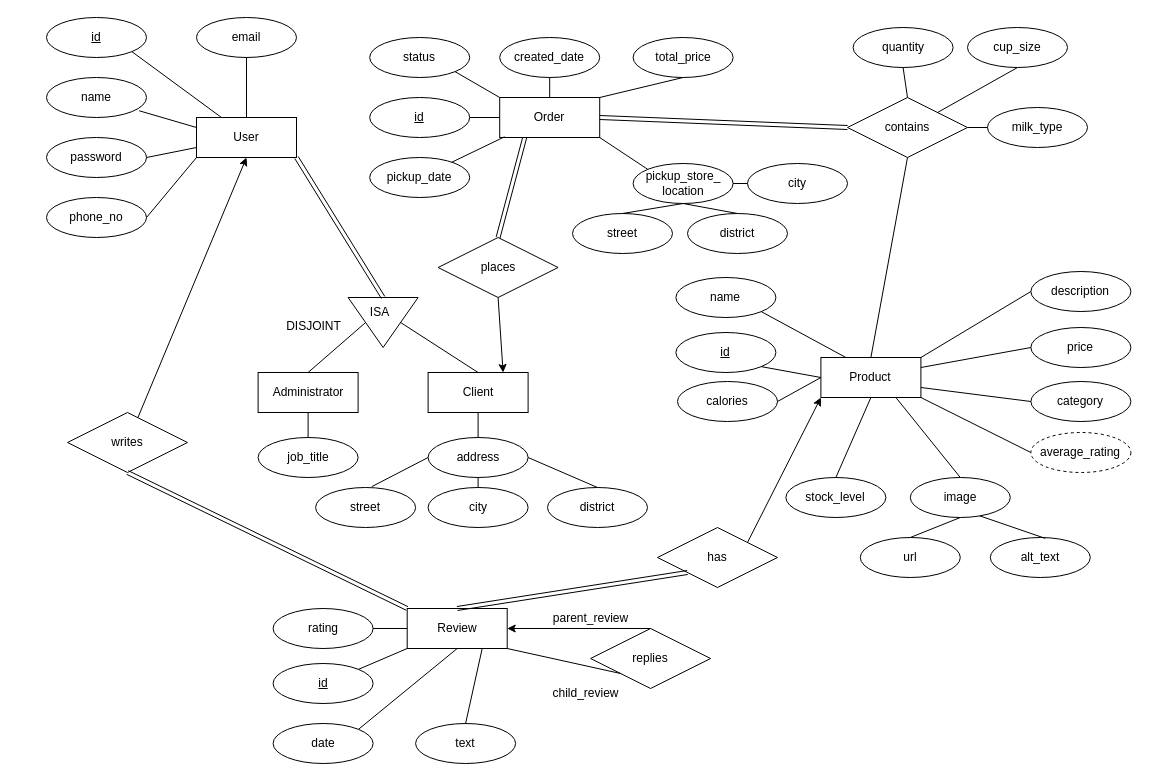
steamysips/steamy-sips keeps this draw.io diagram as resources/diagrams/erd.dio. Above is the earlier version. Source tidied: cells renumbered, new cells numbered last; positions are measured from the earlier drawing's top-left corner, leaving out a move shared by most shapes. Both pictures are drawn from the tidied source at 100%, with x=0, y=0 at pixel (46, 17).
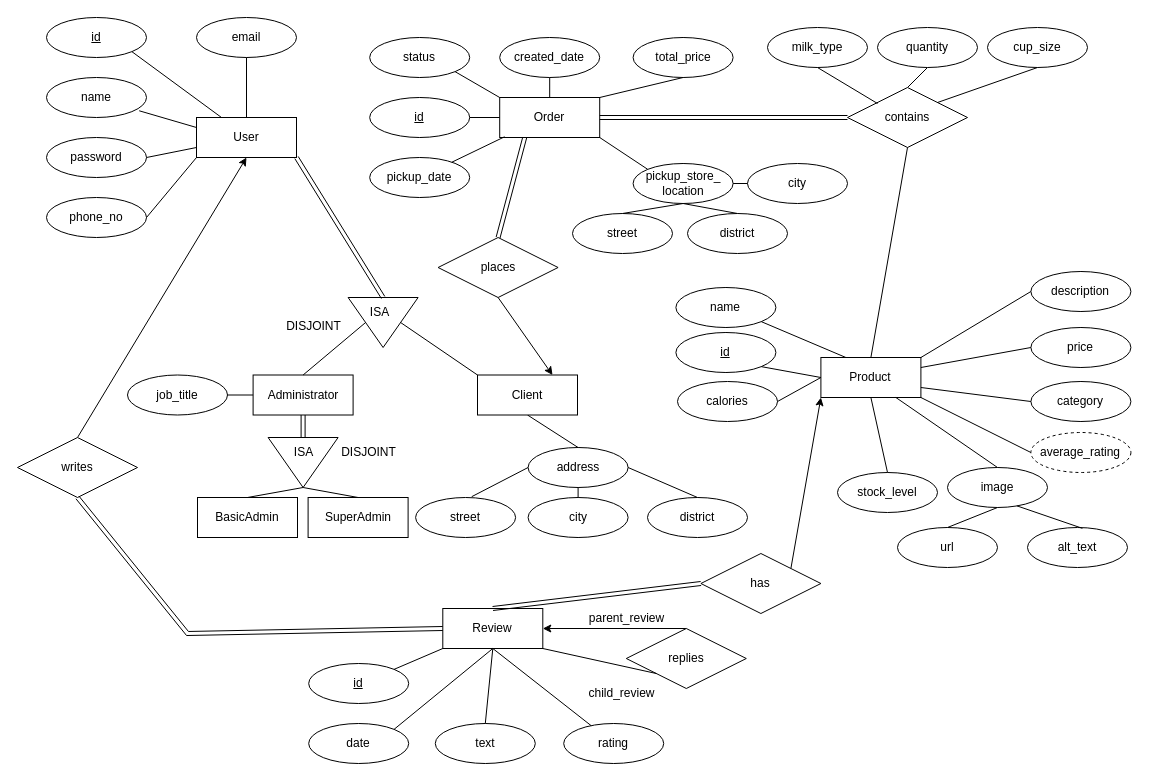
The same page after the edit.

Commit message (it also covers changes not shown here):
add a superadmin type

Unchanged cells that the change refers to:
```xml
<mxCell id="9" value="User" style="whiteSpace=wrap;html=1;align=center;" parent="1" vertex="1">
  <mxGeometry x="150" y="100" width="100" height="40" as="geometry" />
</mxCell>
<mxCell id="47" style="triangle;whiteSpace=wrap;html=1;rotation=90;" parent="1" vertex="1">
  <mxGeometry x="311.6" y="270" width="50" height="70" as="geometry" />
</mxCell>
```

Diff of the diagram source:
```diff
@@
     <mxCell id="4" value="name" style="ellipse;whiteSpace=wrap;html=1;align=center;" parent="1" vertex="1">
-      <mxGeometry x="629.4" y="260" width="100" height="40" as="geometry" />
+      <mxGeometry x="629.4" y="270" width="100" height="40" as="geometry" />
     </mxCell>
@@
     <mxCell id="8" value="stock_level" style="ellipse;whiteSpace=wrap;html=1;align=center;" parent="1" vertex="1">
-      <mxGeometry x="739.4" y="460" width="100" height="40" as="geometry" />
+      <mxGeometry x="791" y="455" width="100" height="40" as="geometry" />
     </mxCell>
@@
     <mxCell id="10" value="Review" style="whiteSpace=wrap;html=1;align=center;" parent="1" vertex="1">
-      <mxGeometry x="360.7" y="591" width="100" height="40" as="geometry" />
+      <mxGeometry x="396.3" y="591" width="100" height="40" as="geometry" />
     </mxCell>
-    <mxCell id="11" style="edgeStyle=none;html=1;entryX=0.5;entryY=1;entryDx=0;entryDy=0;" parent="1" edge="1" source="12" target="9">
+    <mxCell id="11" style="edgeStyle=none;html=1;entryX=0.5;entryY=1;entryDx=0;entryDy=0;exitX=0.5;exitY=0;exitDx=0;exitDy=0;" parent="1" edge="1" source="12" target="9">
       <mxGeometry relative="1" as="geometry" />
     </mxCell>
     <mxCell id="12" value="writes" style="shape=rhombus;perimeter=rhombusPerimeter;whiteSpace=wrap;html=1;align=center;" parent="1" vertex="1">
-      <mxGeometry x="21" y="395" width="120" height="60" as="geometry" />
+      <mxGeometry x="-29" y="420" width="120" height="60" as="geometry" />
     </mxCell>
@@
     <mxCell id="14" value="has" style="shape=rhombus;perimeter=rhombusPerimeter;whiteSpace=wrap;html=1;align=center;" parent="1" vertex="1">
-      <mxGeometry x="611" y="510" width="120" height="60" as="geometry" />
+      <mxGeometry x="654.4" y="536" width="120" height="60" as="geometry" />
     </mxCell>
-    <mxCell id="15" style="shape=link;html=1;rounded=0;exitX=0;exitY=0;exitDx=0;exitDy=0;entryX=0.5;entryY=1;entryDx=0;entryDy=0;" parent="1" edge="1" source="10" target="12">
-      <mxGeometry relative="1" as="geometry" />
+    <mxCell id="15" style="shape=link;html=1;rounded=0;exitX=0;exitY=0.5;exitDx=0;exitDy=0;entryX=0.5;entryY=1;entryDx=0;entryDy=0;" parent="1" edge="1" source="10" target="12">
+      <mxGeometry relative="1" as="geometry">
+        <Array as="points">
+          <mxPoint x="141" y="616" />
+        </Array>
+      </mxGeometry>
     </mxCell>
     <mxCell id="16" value="&lt;u&gt;id&lt;/u&gt;" style="ellipse;whiteSpace=wrap;html=1;align=center;" parent="1" vertex="1">
-      <mxGeometry x="226.6" y="646" width="100" height="40" as="geometry" />
+      <mxGeometry x="262.2" y="646" width="100" height="40" as="geometry" />
     </mxCell>
@@
     <mxCell id="18" value="date" style="ellipse;whiteSpace=wrap;html=1;align=center;" parent="1" vertex="1">
-      <mxGeometry x="226.6" y="706" width="100" height="40" as="geometry" />
+      <mxGeometry x="262.2" y="706" width="100" height="40" as="geometry" />
     </mxCell>
     <mxCell id="19" value="rating" style="ellipse;whiteSpace=wrap;html=1;align=center;" parent="1" vertex="1">
-      <mxGeometry x="226.6" y="591" width="100" height="40" as="geometry" />
+      <mxGeometry x="517.2" y="706" width="100" height="40" as="geometry" />
     </mxCell>
-    <mxCell id="20" style="shape=link;html=1;rounded=0;entryX=0;entryY=1;entryDx=0;entryDy=0;exitX=0.5;exitY=0;exitDx=0;exitDy=0;" parent="1" edge="1" source="10" target="14">
+    <mxCell id="20" style="shape=link;html=1;rounded=0;entryX=0;entryY=0.5;entryDx=0;entryDy=0;exitX=0.5;exitY=0;exitDx=0;exitDy=0;" parent="1" edge="1" source="10" target="14">
       <mxGeometry relative="1" as="geometry" />
     </mxCell>
@@
-    <mxCell id="28" style="endArrow=none;html=1;rounded=0;entryX=0;entryY=0.5;entryDx=0;entryDy=0;" parent="1" edge="1" source="19" target="10">
+    <mxCell id="28" style="endArrow=none;html=1;rounded=0;entryX=0.5;entryY=1;entryDx=0;entryDy=0;" parent="1" edge="1" source="19" target="10">
       <mxGeometry relative="1" as="geometry" />
     </mxCell>
@@
     <mxCell id="43" value="address" style="ellipse;whiteSpace=wrap;html=1;align=center;" parent="1" vertex="1">
-      <mxGeometry x="381.6" y="420" width="100" height="40" as="geometry" />
+      <mxGeometry x="481.6" y="430" width="100" height="40" as="geometry" />
     </mxCell>
@@
     <mxCell id="45" value="image" style="ellipse;whiteSpace=wrap;html=1;align=center;" parent="1" vertex="1">
-      <mxGeometry x="863.8" y="460" width="100" height="40" as="geometry" />
+      <mxGeometry x="901" y="450" width="100" height="40" as="geometry" />
     </mxCell>
@@
     <mxCell id="49" value="Client" style="whiteSpace=wrap;html=1;align=center;" parent="1" vertex="1">
-      <mxGeometry x="381.6" y="355" width="100" height="40" as="geometry" />
+      <mxGeometry x="431" y="357.5" width="100" height="40" as="geometry" />
     </mxCell>
     <mxCell id="50" value="Administrator" style="whiteSpace=wrap;html=1;align=center;" parent="1" vertex="1">
-      <mxGeometry x="211.6" y="355" width="100" height="40" as="geometry" />
+      <mxGeometry x="206.6" y="357.5" width="100" height="40" as="geometry" />
     </mxCell>
@@
-    <mxCell id="54" style="endArrow=none;html=1;rounded=0;entryX=0.5;entryY=0;entryDx=0;entryDy=0;exitX=0.5;exitY=0;exitDx=0;exitDy=0;" parent="1" edge="1" source="47" target="49">
+    <mxCell id="54" style="endArrow=none;html=1;rounded=0;entryX=0;entryY=0;entryDx=0;entryDy=0;exitX=0.5;exitY=0;exitDx=0;exitDy=0;" parent="1" edge="1" source="47" target="49">
       <mxGeometry relative="1" as="geometry" />
     </mxCell>
@@
     <mxCell id="56" value="contains" style="shape=rhombus;perimeter=rhombusPerimeter;whiteSpace=wrap;html=1;align=center;" parent="1" vertex="1">
-      <mxGeometry x="801" y="80" width="120" height="60" as="geometry" />
+      <mxGeometry x="801" y="70" width="120" height="60" as="geometry" />
     </mxCell>
@@
     <mxCell id="59" value="job_title" style="ellipse;whiteSpace=wrap;html=1;align=center;" parent="1" vertex="1">
-      <mxGeometry x="211.6" y="420" width="100" height="40" as="geometry" />
+      <mxGeometry x="81" y="357.5" width="100" height="40" as="geometry" />
     </mxCell>
@@
-    <mxCell id="65" style="endArrow=none;html=1;rounded=0;exitX=0.5;exitY=1;exitDx=0;exitDy=0;entryX=0.5;entryY=0;entryDx=0;entryDy=0;" parent="1" edge="1" source="50" target="59">
+    <mxCell id="65" style="endArrow=none;html=1;rounded=0;exitX=0;exitY=0.5;exitDx=0;exitDy=0;entryX=1;entryY=0.5;entryDx=0;entryDy=0;" parent="1" edge="1" source="50" target="59">
       <mxGeometry relative="1" as="geometry" />
     </mxCell>
@@
     <mxCell id="68" value="replies" style="shape=rhombus;perimeter=rhombusPerimeter;whiteSpace=wrap;html=1;align=center;" parent="1" vertex="1">
-      <mxGeometry x="544.1" y="611" width="120" height="60" as="geometry" />
+      <mxGeometry x="579.8" y="611" width="120" height="60" as="geometry" />
     </mxCell>
@@
     <mxCell id="70" value="parent_review" style="text;html=1;align=center;verticalAlign=middle;strokeColor=none;fillColor=none;" parent="1" vertex="1">
-      <mxGeometry x="494.1" y="586" width="100" height="30" as="geometry" />
+      <mxGeometry x="529.8" y="586" width="100" height="30" as="geometry" />
     </mxCell>
     <mxCell id="71" value="child_review" style="text;html=1;align=center;verticalAlign=middle;strokeColor=none;fillColor=none;" parent="1" vertex="1">
-      <mxGeometry x="494.1" y="661" width="90" height="30" as="geometry" />
+      <mxGeometry x="529.8" y="661" width="90" height="30" as="geometry" />
     </mxCell>
     <mxCell id="72" value="quantity" style="ellipse;whiteSpace=wrap;html=1;align=center;" parent="1" vertex="1">
-      <mxGeometry x="806.6" y="10" width="100" height="40" as="geometry" />
+      <mxGeometry x="831" y="10" width="100" height="40" as="geometry" />
     </mxCell>
@@
     <mxCell id="74" value="text" style="ellipse;whiteSpace=wrap;html=1;align=center;" parent="1" vertex="1">
-      <mxGeometry x="369.1" y="706" width="100" height="40" as="geometry" />
+      <mxGeometry x="388.8" y="706" width="100" height="40" as="geometry" />
     </mxCell>
-    <mxCell id="75" style="endArrow=none;html=1;rounded=0;exitX=0.75;exitY=1;exitDx=0;exitDy=0;entryX=0.5;entryY=0;entryDx=0;entryDy=0;" parent="1" edge="1" source="10" target="74">
+    <mxCell id="75" style="endArrow=none;html=1;rounded=0;exitX=0.5;exitY=1;exitDx=0;exitDy=0;entryX=0.5;entryY=0;entryDx=0;entryDy=0;" parent="1" edge="1" source="10" target="74">
       <mxGeometry relative="1" as="geometry" />
     </mxCell>
@@
     <mxCell id="78" value="cup_size" style="ellipse;whiteSpace=wrap;html=1;align=center;" parent="1" vertex="1">
-      <mxGeometry x="921" y="10" width="100" height="40" as="geometry" />
+      <mxGeometry x="941" y="10" width="100" height="40" as="geometry" />
     </mxCell>
@@
     <mxCell id="83" value="milk_type" style="ellipse;whiteSpace=wrap;html=1;align=center;" parent="1" vertex="1">
-      <mxGeometry x="941" y="90" width="100" height="40" as="geometry" />
+      <mxGeometry x="721" y="10" width="100" height="40" as="geometry" />
     </mxCell>
-    <mxCell id="84" style="endArrow=none;html=1;rounded=0;exitX=0;exitY=0.5;exitDx=0;exitDy=0;entryX=1;entryY=0.5;entryDx=0;entryDy=0;startArrow=none;" parent="1" edge="1" source="83" target="56">
-      <mxGeometry relative="1" as="geometry" />
+    <mxCell id="84" style="endArrow=none;html=1;rounded=0;exitX=0.5;exitY=1;exitDx=0;exitDy=0;startArrow=none;" parent="1" edge="1" source="83">
+      <mxGeometry relative="1" as="geometry">
+        <mxPoint x="831" y="86" as="targetPoint" />
+      </mxGeometry>
     </mxCell>
     <mxCell id="85" value="url" style="ellipse;whiteSpace=wrap;html=1;align=center;" parent="1" vertex="1">
-      <mxGeometry x="813.8" y="520" width="100" height="40" as="geometry" />
+      <mxGeometry x="851" y="510" width="100" height="40" as="geometry" />
     </mxCell>
     <mxCell id="86" value="alt_text" style="ellipse;whiteSpace=wrap;html=1;align=center;" parent="1" vertex="1">
-      <mxGeometry x="943.8" y="520" width="100" height="40" as="geometry" />
+      <mxGeometry x="981" y="510" width="100" height="40" as="geometry" />
     </mxCell>
@@
     <mxCell id="89" value="street" style="ellipse;whiteSpace=wrap;html=1;align=center;" parent="1" vertex="1">
-      <mxGeometry x="269.1" y="470" width="100" height="40" as="geometry" />
+      <mxGeometry x="369.1" y="480" width="100" height="40" as="geometry" />
     </mxCell>
     <mxCell id="90" value="city" style="ellipse;whiteSpace=wrap;html=1;align=center;" parent="1" vertex="1">
-      <mxGeometry x="381.6" y="470" width="100" height="40" as="geometry" />
+      <mxGeometry x="481.6" y="480" width="100" height="40" as="geometry" />
     </mxCell>
     <mxCell id="91" value="district" style="ellipse;whiteSpace=wrap;html=1;align=center;" parent="1" vertex="1">
-      <mxGeometry x="501" y="470" width="100" height="40" as="geometry" />
+      <mxGeometry x="601" y="480" width="100" height="40" as="geometry" />
     </mxCell>
@@
+    <mxCell id="105" style="triangle;whiteSpace=wrap;html=1;rotation=90;" parent="1" vertex="1">
+      <mxGeometry x="231.6" y="410" width="50" height="70" as="geometry" />
+    </mxCell>
+    <mxCell id="106" value="ISA" style="text;html=1;align=center;verticalAlign=middle;strokeColor=none;fillColor=none;" parent="1" vertex="1">
+      <mxGeometry x="236.6" y="420" width="40" height="30" as="geometry" />
+    </mxCell>
+    <mxCell id="107" value="BasicAdmin" style="whiteSpace=wrap;html=1;align=center;" parent="1" vertex="1">
+      <mxGeometry x="151" y="480" width="100" height="40" as="geometry" />
+    </mxCell>
+    <mxCell id="108" value="SuperAdmin" style="whiteSpace=wrap;html=1;align=center;" parent="1" vertex="1">
+      <mxGeometry x="261.6" y="480" width="100" height="40" as="geometry" />
+    </mxCell>
+    <mxCell id="109" value="DISJOINT" style="text;html=1;align=center;verticalAlign=middle;strokeColor=none;fillColor=none;" parent="1" vertex="1">
+      <mxGeometry x="282.2" y="420" width="80" height="30" as="geometry" />
+    </mxCell>
+    <mxCell id="110" style="shape=link;html=1;rounded=0;exitX=0.5;exitY=1;exitDx=0;exitDy=0;entryX=0;entryY=0.5;entryDx=0;entryDy=0;" parent="1" edge="1" source="50" target="105">
+      <mxGeometry relative="1" as="geometry" />
+    </mxCell>
+    <mxCell id="111" style="endArrow=none;html=1;rounded=0;exitX=0.5;exitY=0;exitDx=0;exitDy=0;entryX=1;entryY=0.5;entryDx=0;entryDy=0;" parent="1" edge="1" source="108" target="105">
+      <mxGeometry relative="1" as="geometry" />
+    </mxCell>
+    <mxCell id="112" style="endArrow=none;html=1;rounded=0;entryX=0.5;entryY=0;entryDx=0;entryDy=0;exitX=1;exitY=0.5;exitDx=0;exitDy=0;" parent="1" edge="1" source="105" target="107">
+      <mxGeometry relative="1" as="geometry" />
+    </mxCell>
```
